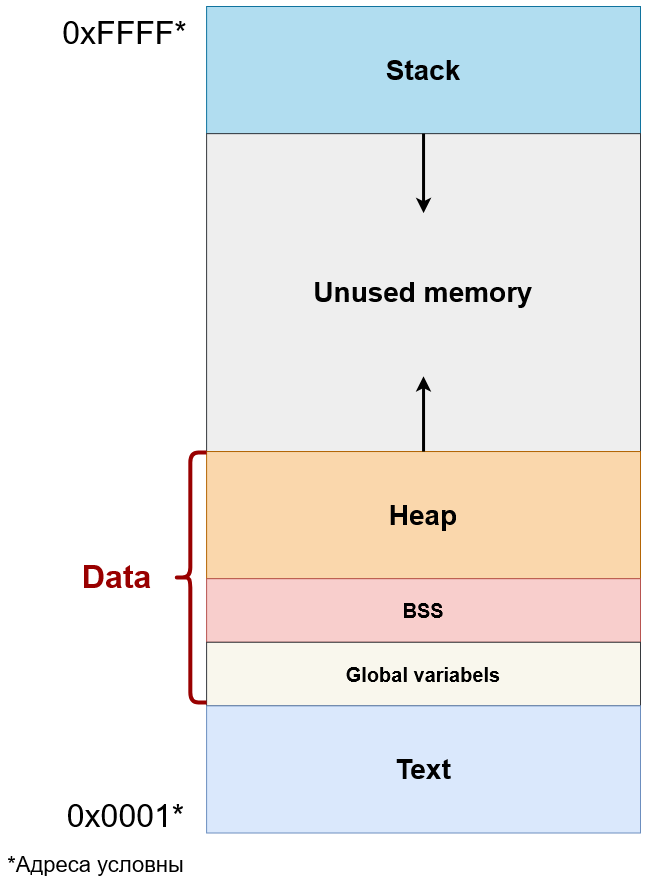
This is docs/source/OS/img/Process/Proc_Struct.png from Steindvart/My_study, a draw.io export, as it was before one commit. Source tidied: cells renumbered, new cells last; positions are measured from the earlier drawing's top-left corner, leaving out a move shared by most shapes. Its diagram source:
```xml
<mxGraphModel>
  <root>
    <mxCell id="0" />
    <mxCell id="1" parent="0" />
    <mxCell id="2" style="group;" parent="1" vertex="1">
      <mxGeometry width="640" height="870" as="geometry" />
    </mxCell>
    <mxCell id="3" style="group;" parent="2" vertex="1">
      <mxGeometry width="640" height="870" as="geometry" />
    </mxCell>
    <mxCell id="4" style="group;" parent="3" vertex="1">
      <mxGeometry width="640" height="870" as="geometry" />
    </mxCell>
    <mxCell id="5" style="group;" parent="4" vertex="1">
      <mxGeometry width="640" height="870" as="geometry" />
    </mxCell>
    <mxCell id="6" style="group;strokeWidth=12;" parent="5" vertex="1">
      <mxGeometry x="206.1" width="433.9" height="826.5" as="geometry" />
    </mxCell>
    <mxCell id="7" style="group;" parent="6" vertex="1">
      <mxGeometry width="433.9" height="826.5" as="geometry" />
    </mxCell>
    <mxCell id="8" style="group;" parent="7" vertex="1">
      <mxGeometry width="433.9" height="826.5" as="geometry" />
    </mxCell>
    <mxCell id="9" value="&lt;font size=&quot;1&quot;&gt;&lt;b&gt;&lt;font style=&quot;font-size: 28px&quot;&gt;Stack&lt;/font&gt;&lt;/b&gt;&lt;/font&gt;" style="rounded=0;whiteSpace=wrap;html=1;comic=0;fillColor=#b1ddf0;strokeColor=#10739e;" parent="8" vertex="1">
      <mxGeometry width="433.9" height="127.2" as="geometry" />
    </mxCell>
    <mxCell id="10" value="&lt;b&gt;&lt;font style=&quot;font-size: 28px&quot;&gt;Unused memory&lt;/font&gt;&lt;/b&gt;" style="rounded=0;whiteSpace=wrap;html=1;comic=0;glass=0;shadow=0;fillColor=#eeeeee;strokeColor=#36393d;" parent="8" vertex="1">
      <mxGeometry y="127.2" width="433.9" height="317.9" as="geometry" />
    </mxCell>
    <mxCell id="11" value="&lt;b&gt;&lt;font style=&quot;font-size: 28px&quot;&gt;Heap&lt;/font&gt;&lt;/b&gt;" style="rounded=0;whiteSpace=wrap;html=1;comic=0;fillColor=#fad7ac;strokeColor=#b46504;" parent="8" vertex="1">
      <mxGeometry y="445" width="433.9" height="127.2" as="geometry" />
    </mxCell>
    <mxCell id="12" value="&lt;font style=&quot;font-size: 20px&quot;&gt;&lt;b&gt;BSS&lt;/b&gt;&lt;/font&gt;" style="rounded=0;whiteSpace=wrap;html=1;comic=0;fillColor=#f8cecc;strokeColor=#b85450;" parent="8" vertex="1">
      <mxGeometry y="572.2" width="433.9" height="63.6" as="geometry" />
    </mxCell>
    <mxCell id="13" value="&lt;font style=&quot;font-size: 20px&quot;&gt;&lt;b&gt;Global variabels&lt;br&gt;&lt;/b&gt;&lt;/font&gt;" style="rounded=0;whiteSpace=wrap;html=1;comic=0;fillColor=#f9f7ed;strokeColor=#36393d;" parent="8" vertex="1">
      <mxGeometry y="635.8" width="433.9" height="63.6" as="geometry" />
    </mxCell>
    <mxCell id="14" value="&lt;font style=&quot;font-size: 28px&quot;&gt;&lt;b&gt;Text&lt;/b&gt;&lt;/font&gt;" style="rounded=0;whiteSpace=wrap;html=1;comic=0;fillColor=#dae8fc;strokeColor=#6c8ebf;" parent="8" vertex="1">
      <mxGeometry y="699.3" width="433.9" height="127.2" as="geometry" />
    </mxCell>
    <mxCell id="15" style="endArrow=classic;html=1;exitX=0.5;exitY=0;exitDx=0;exitDy=0;strokeWidth=3;" parent="8" edge="1" source="11">
      <mxGeometry relative="1" as="geometry">
        <mxPoint x="216.9" y="369.7" as="targetPoint" />
      </mxGeometry>
    </mxCell>
    <mxCell id="16" style="endArrow=classic;html=1;exitX=0.5;exitY=0;exitDx=0;exitDy=0;strokeWidth=3;" parent="8" edge="1" source="10">
      <mxGeometry relative="1" as="geometry">
        <mxPoint x="216.9" y="206.6" as="targetPoint" />
        <Array as="points">
          <mxPoint x="216.9" y="195.7" />
        </Array>
      </mxGeometry>
    </mxCell>
    <mxCell id="17" value="&lt;font style=&quot;font-size: 32px&quot;&gt;0xFFFF*&lt;/font&gt;" style="text;html=1;align=center;verticalAlign=middle;" parent="5" vertex="1">
      <mxGeometry x="54.2" y="10.9" width="140" height="30" as="geometry" />
    </mxCell>
    <mxCell id="18" value="&lt;font style=&quot;font-size: 32px&quot;&gt;0x0001*&lt;/font&gt;" style="text;html=1;align=center;verticalAlign=middle;" parent="5" vertex="1">
      <mxGeometry x="59.7" y="793.9" width="130" height="30" as="geometry" />
    </mxCell>
    <mxCell id="19" style="shape=curlyBracket;whiteSpace=wrap;html=1;rounded=1;shadow=0;glass=0;comic=0;strokeWidth=4;fillColor=#FF0000;strokeColor=#990000;fontColor=#ffffff;" parent="5" vertex="1">
      <mxGeometry x="173.6" y="445.9" width="32.5" height="250.1" as="geometry" />
    </mxCell>
    <mxCell id="20" value="&lt;b&gt;&lt;font style=&quot;font-size: 32px&quot; color=&quot;#990000&quot;&gt;Data&lt;/font&gt;&lt;/b&gt;" style="text;html=1;align=center;verticalAlign=middle;" parent="5" vertex="1">
      <mxGeometry x="75.9" y="554.6" width="80" height="30" as="geometry" />
    </mxCell>
    <mxCell id="21" value="&lt;font style=&quot;font-size: 22px&quot;&gt;*Адреса условны&lt;/font&gt;" style="text;html=1;align=center;verticalAlign=middle;" parent="5" vertex="1">
      <mxGeometry y="848.2" width="190" height="20" as="geometry" />
    </mxCell>
  </root>
</mxGraphModel>
```
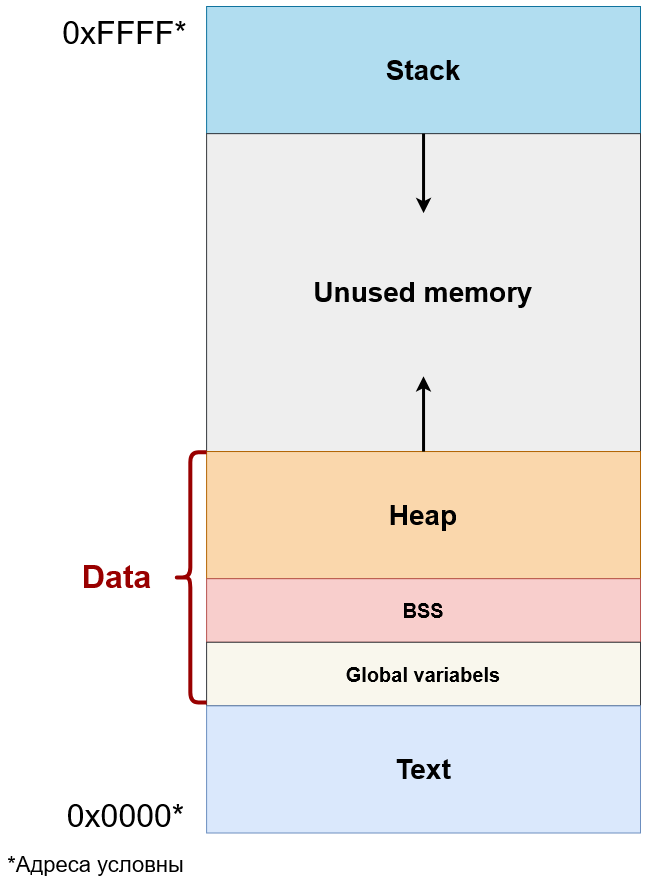
After the change.

Commit message:
Modife Proc_Struct scheme

Diff of the diagram source:
```diff
@@ -57,7 +57,7 @@
     <mxCell id="17" value="&lt;font style=&quot;font-size: 32px&quot;&gt;0xFFFF*&lt;/font&gt;" style="text;html=1;align=center;verticalAlign=middle;" parent="5" vertex="1">
       <mxGeometry x="54.2" y="10.9" width="140" height="30" as="geometry" />
     </mxCell>
-    <mxCell id="18" value="&lt;font style=&quot;font-size: 32px&quot;&gt;0x0001*&lt;/font&gt;" style="text;html=1;align=center;verticalAlign=middle;" parent="5" vertex="1">
+    <mxCell id="18" value="&lt;font style=&quot;font-size: 32px&quot;&gt;0x0000*&lt;/font&gt;" style="text;html=1;align=center;verticalAlign=middle;" parent="5" vertex="1">
       <mxGeometry x="59.7" y="793.9" width="130" height="30" as="geometry" />
     </mxCell>
     <mxCell id="19" style="shape=curlyBracket;whiteSpace=wrap;html=1;rounded=1;shadow=0;glass=0;comic=0;strokeWidth=4;fillColor=#FF0000;strokeColor=#990000;fontColor=#ffffff;" parent="5" vertex="1">
```
